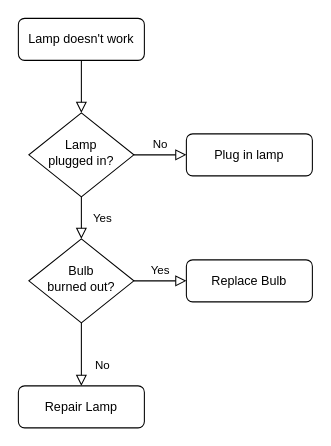
Above: First-UML.drawio in KacperLudwiczak/First-UML (draw.io), before the change. Source tidied: cells renumbered, new cells numbered last; positions are measured from the earlier drawing's top-left corner, leaving out a move shared by most shapes. Both pictures are drawn from the tidied source at 105%, with x=0, y=0 at pixel (18, 18).
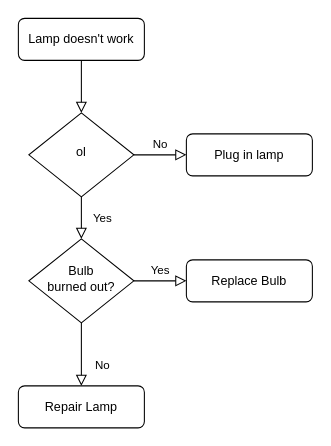
The same page after the edit.

What changed in the source:
```diff
@@
 <mxGraphModel>
   <root>
     <mxCell id="0" />
     <mxCell id="1" parent="0" />
     <mxCell id="2" style="rounded=0;html=1;jettySize=auto;fontSize=11;endArrow=block;endFill=0;endSize=8;strokeWidth=1;shadow=0;labelBackgroundColor=none;edgeStyle=orthogonalEdgeStyle;" parent="1" edge="1" source="3" target="6">
       <mxGeometry relative="1" as="geometry" />
     </mxCell>
     <mxCell id="3" value="Lamp doesn't work" style="rounded=1;whiteSpace=wrap;html=1;fontSize=12;glass=0;strokeWidth=1;shadow=0;" parent="1" vertex="1">
       <mxGeometry width="120" height="40" as="geometry" />
     </mxCell>
     <mxCell id="4" value="Yes" style="rounded=0;html=1;jettySize=auto;fontSize=11;endArrow=block;endFill=0;endSize=8;strokeWidth=1;shadow=0;labelBackgroundColor=none;edgeStyle=orthogonalEdgeStyle;" parent="1" edge="1" source="6" target="10">
       <mxGeometry y="20" relative="1" as="geometry" />
     </mxCell>
     <mxCell id="5" value="No" style="edgeStyle=orthogonalEdgeStyle;rounded=0;html=1;jettySize=auto;fontSize=11;endArrow=block;endFill=0;endSize=8;strokeWidth=1;shadow=0;labelBackgroundColor=none;" parent="1" edge="1" source="6" target="7">
       <mxGeometry y="10" relative="1" as="geometry" />
     </mxCell>
-    <mxCell id="6" value="Lamp&lt;br&gt;plugged in?" style="rhombus;whiteSpace=wrap;html=1;shadow=0;fontFamily=Helvetica;fontSize=12;align=center;strokeWidth=1;spacing=6;spacingTop=-4;" parent="1" vertex="1">
+    <mxCell id="6" value="ol" style="rhombus;whiteSpace=wrap;html=1;shadow=0;fontFamily=Helvetica;fontSize=12;align=center;strokeWidth=1;spacing=6;spacingTop=-4;" parent="1" vertex="1">
       <mxGeometry x="10" y="90" width="100" height="80" as="geometry" />
     </mxCell>
     <mxCell id="7" value="Plug in lamp" style="rounded=1;whiteSpace=wrap;html=1;fontSize=12;glass=0;strokeWidth=1;shadow=0;" parent="1" vertex="1">
       <mxGeometry x="160" y="110" width="120" height="40" as="geometry" />
     </mxCell>
     <mxCell id="8" value="No" style="rounded=0;html=1;jettySize=auto;fontSize=11;endArrow=block;endFill=0;endSize=8;strokeWidth=1;shadow=0;labelBackgroundColor=none;edgeStyle=orthogonalEdgeStyle;" parent="1" edge="1" source="10" target="11">
       <mxGeometry x="0.33" y="20" relative="1" as="geometry" />
     </mxCell>
     <mxCell id="9" value="Yes" style="edgeStyle=orthogonalEdgeStyle;rounded=0;html=1;jettySize=auto;fontSize=11;endArrow=block;endFill=0;endSize=8;strokeWidth=1;shadow=0;labelBackgroundColor=none;" parent="1" edge="1" source="10" target="12">
       <mxGeometry y="10" relative="1" as="geometry" />
     </mxCell>
     <mxCell id="10" value="Bulb&lt;br&gt;burned out?" style="rhombus;whiteSpace=wrap;html=1;shadow=0;fontFamily=Helvetica;fontSize=12;align=center;strokeWidth=1;spacing=6;spacingTop=-4;" parent="1" vertex="1">
       <mxGeometry x="10" y="210" width="100" height="80" as="geometry" />
     </mxCell>
     <mxCell id="11" value="Repair Lamp" style="rounded=1;whiteSpace=wrap;html=1;fontSize=12;glass=0;strokeWidth=1;shadow=0;" parent="1" vertex="1">
       <mxGeometry y="350" width="120" height="40" as="geometry" />
     </mxCell>
     <mxCell id="12" value="Replace Bulb" style="rounded=1;whiteSpace=wrap;html=1;fontSize=12;glass=0;strokeWidth=1;shadow=0;" parent="1" vertex="1">
       <mxGeometry x="160" y="230" width="120" height="40" as="geometry" />
     </mxCell>
   </root>
 </mxGraphModel>
```
